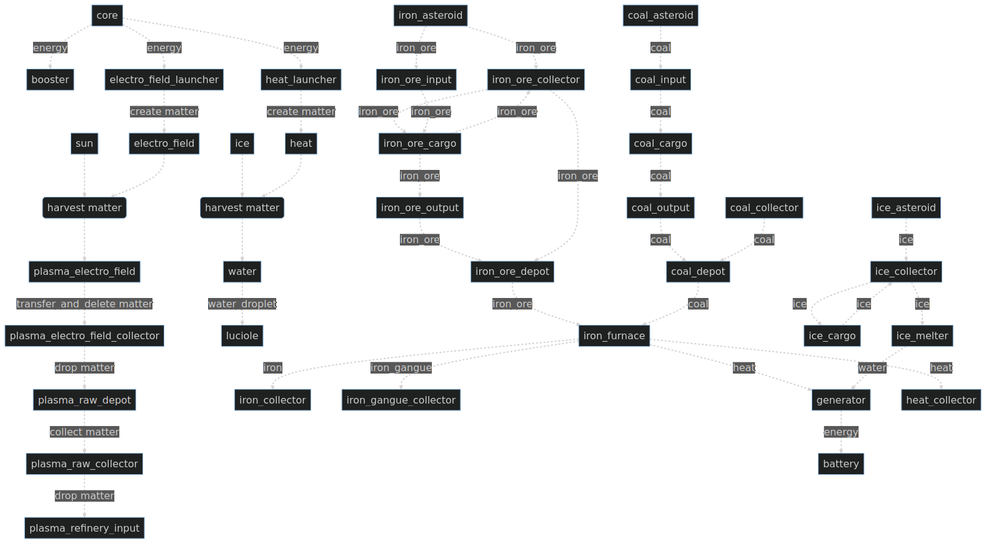
loicbourgois/gravitle keeps this Mermaid diagram as alchemy.png. Above is the earlier version. Its source is kept beside it as alchemy.mmd.
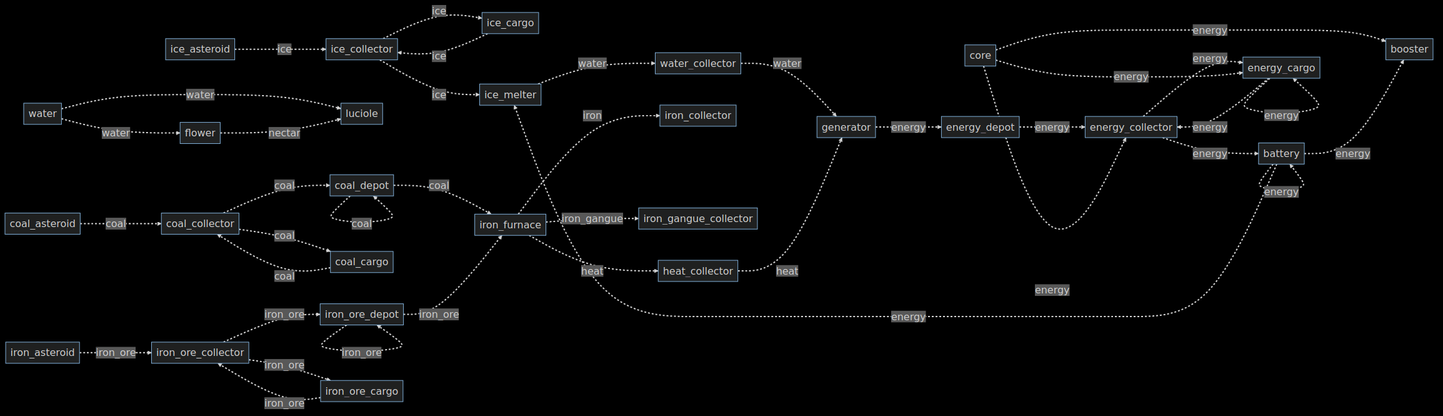
The same diagram one commit later.

The edit, as a diff of the source:
```diff
@@ -1,42 +1,38 @@
-flowchart TB
-  core -.->|energy| booster
-  core -.->|energy| electro_field_launcher
-  core -.->|energy| heat_launcher
-  sun -.-> harvestsunelectro_field(harvest matter)
-electro_field -.-> harvestsunelectro_field
-  harvestsunelectro_field -.-> plasma_electro_field
-  ice -.-> harvesticeheat(harvest matter)
-heat -.-> harvesticeheat
-  harvesticeheat -.-> water
-  plasma_electro_field -.->|transfer_and_delete matter| plasma_electro_field_collector
-  plasma_raw_depot -.->|collect matter| plasma_raw_collector
-  plasma_electro_field_collector -.->|drop matter| plasma_raw_depot
-  plasma_raw_collector -.->|drop matter| plasma_refinery_input
-  heat_launcher -.->|create matter| heat
-  electro_field_launcher -.->|create matter| electro_field
-  water -.->|water_droplet| luciole
+flowchart LR
+  ice_asteroid -.->|ice| ice_collector
+  ice_cargo -.->|ice| ice_collector
+  ice_collector -.->|ice| ice_cargo
+  ice_collector -.->|ice| ice_melter
+  water -.->|water| luciole
+  ice_melter -.->|water| water_collector
+  water_collector -.->|water| generator
+  water -.->|water| flower
+  flower -.->|nectar| luciole
+  coal_collector -.->|coal| coal_depot
+  coal_depot -.->|coal| iron_furnace
+  coal_depot -.->|coal| coal_depot
+  coal_asteroid -.->|coal| coal_collector
+  coal_collector -.->|coal| coal_cargo
+  coal_cargo -.->|coal| coal_collector
   iron_asteroid -.->|iron_ore| iron_ore_collector
+  iron_ore_collector -.->|iron_ore| iron_ore_depot
   iron_ore_collector -.->|iron_ore| iron_ore_cargo
   iron_ore_cargo -.->|iron_ore| iron_ore_collector
-  coal_asteroid -.->|coal| coal_input
-  coal_input -.->|coal| coal_cargo
-  coal_cargo -.->|coal| coal_output
-  coal_output -.->|coal| coal_depot
-  iron_asteroid -.->|iron_ore| iron_ore_input
-  iron_ore_input -.->|iron_ore| iron_ore_cargo
-  iron_ore_cargo -.->|iron_ore| iron_ore_output
-  iron_ore_output -.->|iron_ore| iron_ore_depot
   iron_ore_depot -.->|iron_ore| iron_furnace
-  iron_ore_collector -.->|iron_ore| iron_ore_depot
-  coal_collector -.->|coal| coal_depot
-  coal_depot -.->|coal| iron_furnace
+  iron_ore_depot -.->|iron_ore| iron_ore_depot
   iron_furnace -.->|iron| iron_collector
   iron_furnace -.->|iron_gangue| iron_gangue_collector
-  iron_furnace -.->|heat| generator
+  heat_collector -.->|heat| generator
   iron_furnace -.->|heat| heat_collector
-  generator -.->|energy| battery
-  ice_asteroid -.->|ice| ice_collector
-  ice_collector -.->|ice| ice_cargo
-  ice_cargo -.->|ice| ice_collector
-  ice_collector -.->|ice| ice_melter
-  ice_melter -.->|water| generator
+  generator -.->|energy| energy_depot
+  energy_collector -.->|energy| battery
+  energy_collector -.->|energy| energy_cargo
+  energy_cargo -.->|energy| energy_collector
+  energy_cargo -.->|energy| energy_cargo
+  core -.->|energy| booster
+  battery -.->|energy| ice_melter
+  battery -.->|energy| booster
+  energy_depot -.->|energy| energy_collector
+  core -.->|energy| energy_cargo
+  core -.->|energy| energy_collector
+  battery -.->|energy| battery
```
